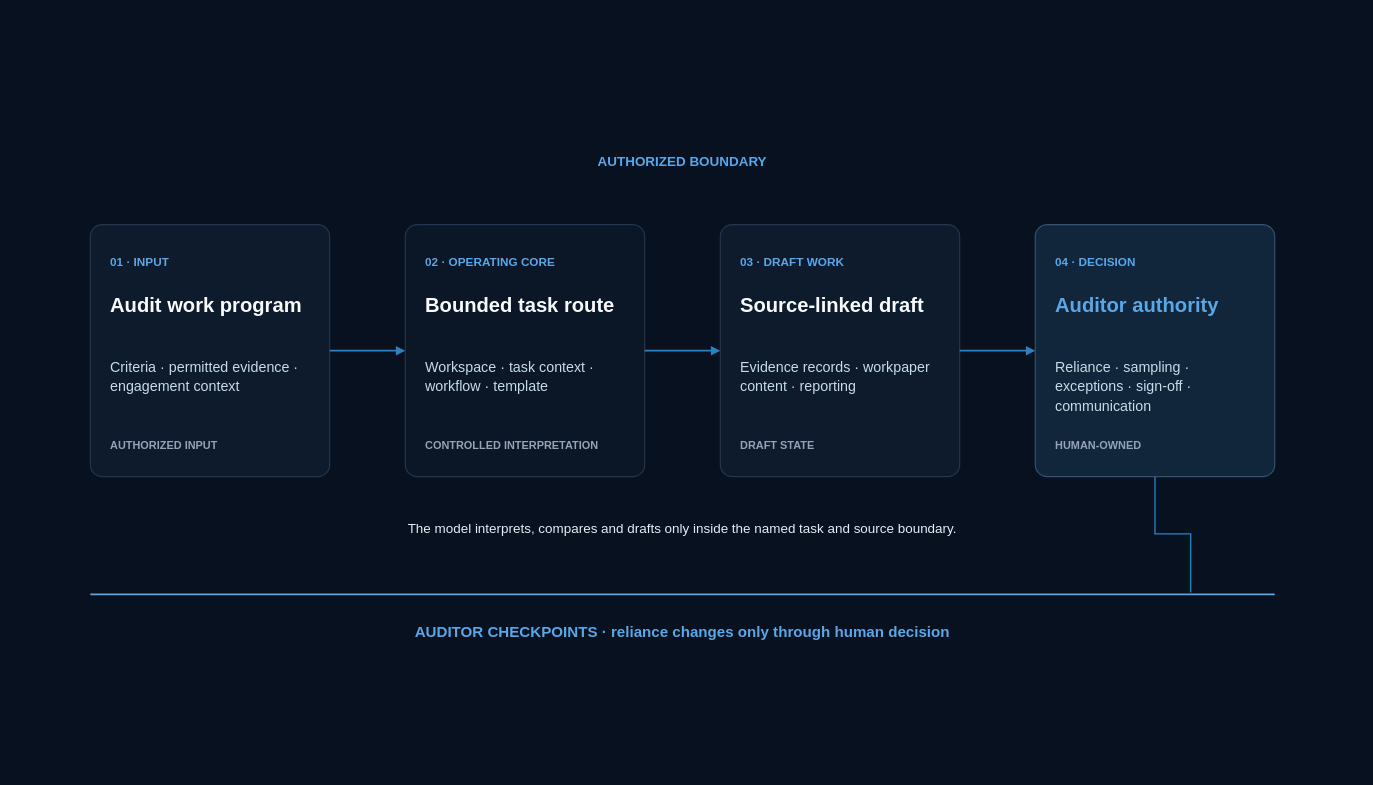
busera/busera.github.io keeps this draw.io diagram as aeos/assets/source/aeos-operating-model-dark.drawio. Above is the earlier version. Source tidied: cells renumbered, new cells numbered last; positions are measured from the earlier drawing's top-left corner, leaving out a move shared by most shapes. Both pictures are drawn from the tidied source at 84%, with x=0, y=0 at pixel (14, 14).
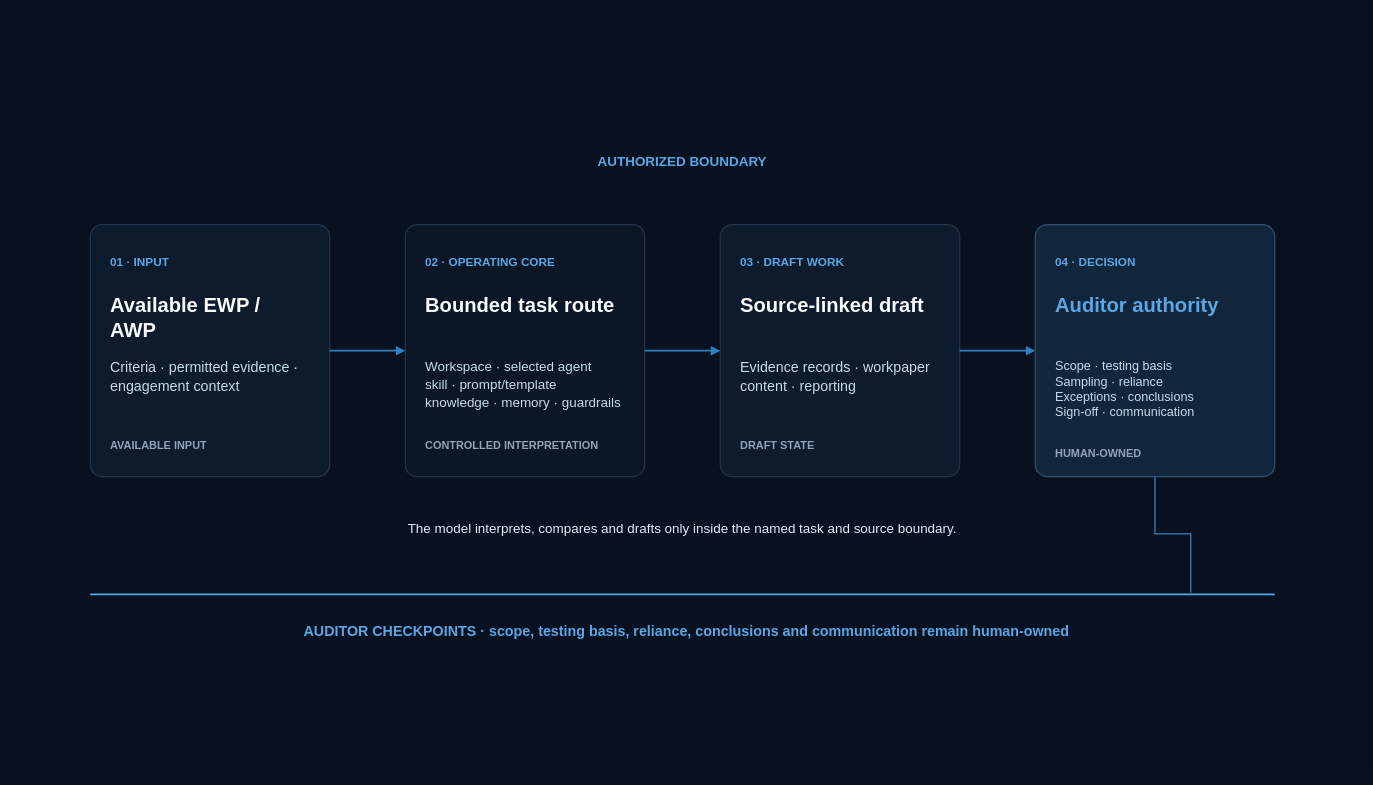
After the change.

Diff of the diagram source:
```diff
@@
-    <mxCell id="5" value="Audit work program" style="text;html=1;whiteSpace=wrap;overflow=hidden;strokeColor=none;fillColor=none;spacing=0;spacingTop=0;spacingBottom=0;spacingLeft=0;spacingRight=0;align=left;verticalAlign=top;fontFamily=Helvetica;fontColor=#F8FAFC;fontSize=24;fontStyle=1;" parent="1" vertex="1">
+    <mxCell id="5" value="Available EWP / AWP" style="text;html=1;whiteSpace=wrap;overflow=hidden;strokeColor=none;fillColor=none;spacing=0;spacingTop=0;spacingBottom=0;spacingLeft=0;spacingRight=0;align=left;verticalAlign=top;fontFamily=Helvetica;fontColor=#F8FAFC;fontSize=24;fontStyle=1;" parent="1" vertex="1">
       <mxGeometry x="114" y="328" width="237" height="58" as="geometry" />
     </mxCell>
@@
-    <mxCell id="7" value="AUTHORIZED INPUT" style="text;html=1;whiteSpace=wrap;overflow=hidden;strokeColor=none;fillColor=none;spacing=0;spacingTop=0;spacingBottom=0;spacingLeft=0;spacingRight=0;align=left;verticalAlign=top;fontFamily=Helvetica;fontColor=#94A3B8;fontSize=13;fontStyle=1;" parent="1" vertex="1">
+    <mxCell id="7" value="AVAILABLE INPUT" style="text;html=1;whiteSpace=wrap;overflow=hidden;strokeColor=none;fillColor=none;spacing=0;spacingTop=0;spacingBottom=0;spacingLeft=0;spacingRight=0;align=left;verticalAlign=top;fontFamily=Helvetica;fontColor=#94A3B8;fontSize=13;fontStyle=1;" parent="1" vertex="1">
       <mxGeometry x="114" y="500" width="237" height="22" as="geometry" />
     </mxCell>
@@
-    <mxCell id="11" value="&lt;div style=&quot;line-height:1.35;&quot;&gt;Workspace · task context ·&lt;br&gt;workflow · template&lt;/div&gt;" style="text;html=1;whiteSpace=wrap;overflow=hidden;strokeColor=none;fillColor=none;spacing=0;spacingTop=0;spacingBottom=0;spacingLeft=0;spacingRight=0;align=left;verticalAlign=top;fontFamily=Helvetica;fontColor=#C6DCE8;fontSize=17;fontStyle=0;" parent="1" vertex="1">
+    <mxCell id="11" value="&lt;div style=&quot;line-height:1.3;&quot;&gt;Workspace · selected agent&lt;br&gt;skill · prompt/template&lt;br&gt;knowledge · memory · guardrails&lt;/div&gt;" style="text;html=1;whiteSpace=wrap;overflow=hidden;strokeColor=none;fillColor=none;spacing=0;spacingTop=0;spacingBottom=0;spacingLeft=0;spacingRight=0;align=left;verticalAlign=top;fontFamily=Helvetica;fontColor=#C6DCE8;fontSize=16;fontStyle=0;" parent="1" vertex="1">
       <mxGeometry x="489" y="405" width="237" height="74" as="geometry" />
     </mxCell>
@@
-    <mxCell id="21" value="&lt;div style=&quot;line-height:1.35;&quot;&gt;Reliance · sampling ·&lt;br&gt;exceptions · sign-off ·&lt;br&gt;communication&lt;/div&gt;" style="text;html=1;whiteSpace=wrap;overflow=hidden;strokeColor=none;fillColor=none;spacing=0;spacingTop=0;spacingBottom=0;spacingLeft=0;spacingRight=0;align=left;verticalAlign=top;fontFamily=Helvetica;fontColor=#C6DCE8;fontSize=17;fontStyle=0;" parent="1" vertex="1">
-      <mxGeometry x="1239" y="405" width="237" height="74" as="geometry" />
+    <mxCell id="21" value="&lt;div style=&quot;line-height:1.2;&quot;&gt;Scope · testing basis&lt;br&gt;Sampling · reliance&lt;br&gt;Exceptions · conclusions&lt;br&gt;Sign-off · communication&lt;/div&gt;" style="text;html=1;whiteSpace=wrap;overflow=hidden;strokeColor=none;fillColor=none;spacing=0;spacingTop=0;spacingBottom=0;spacingLeft=0;spacingRight=0;align=left;verticalAlign=top;fontFamily=Helvetica;fontColor=#C6DCE8;fontSize=15;fontStyle=0;" parent="1" vertex="1">
+      <mxGeometry x="1239" y="405" width="237" height="80" as="geometry" />
     </mxCell>
     <mxCell id="22" value="HUMAN-OWNED" style="text;html=1;whiteSpace=wrap;overflow=hidden;strokeColor=none;fillColor=none;spacing=0;spacingTop=0;spacingBottom=0;spacingLeft=0;spacingRight=0;align=left;verticalAlign=top;fontFamily=Helvetica;fontColor=#94A3B8;fontSize=13;fontStyle=1;" parent="1" vertex="1">
-      <mxGeometry x="1239" y="500" width="237" height="22" as="geometry" />
+      <mxGeometry x="1239" y="510" width="237" height="22" as="geometry" />
     </mxCell>
@@
-    <mxCell id="28" value="AUDITOR CHECKPOINTS · reliance changes only through human decision" style="text;html=1;whiteSpace=wrap;overflow=hidden;align=center;verticalAlign=middle;fontFamily=Helvetica;fontColor=#5AA7E8;fontSize=18;fontStyle=1;strokeColor=none;fillColor=none;" parent="1" vertex="1">
-      <mxGeometry x="405" y="712" width="780" height="46" as="geometry" />
+    <mxCell id="28" value="AUDITOR CHECKPOINTS · scope, testing basis, reliance, conclusions and communication remain human-owned" style="text;html=1;whiteSpace=wrap;overflow=hidden;align=center;verticalAlign=middle;fontFamily=Helvetica;fontColor=#5AA7E8;fontSize=17;fontStyle=1;strokeColor=none;fillColor=none;" parent="1" vertex="1">
+      <mxGeometry x="260" y="712" width="1080" height="46" as="geometry" />
     </mxCell>
```
